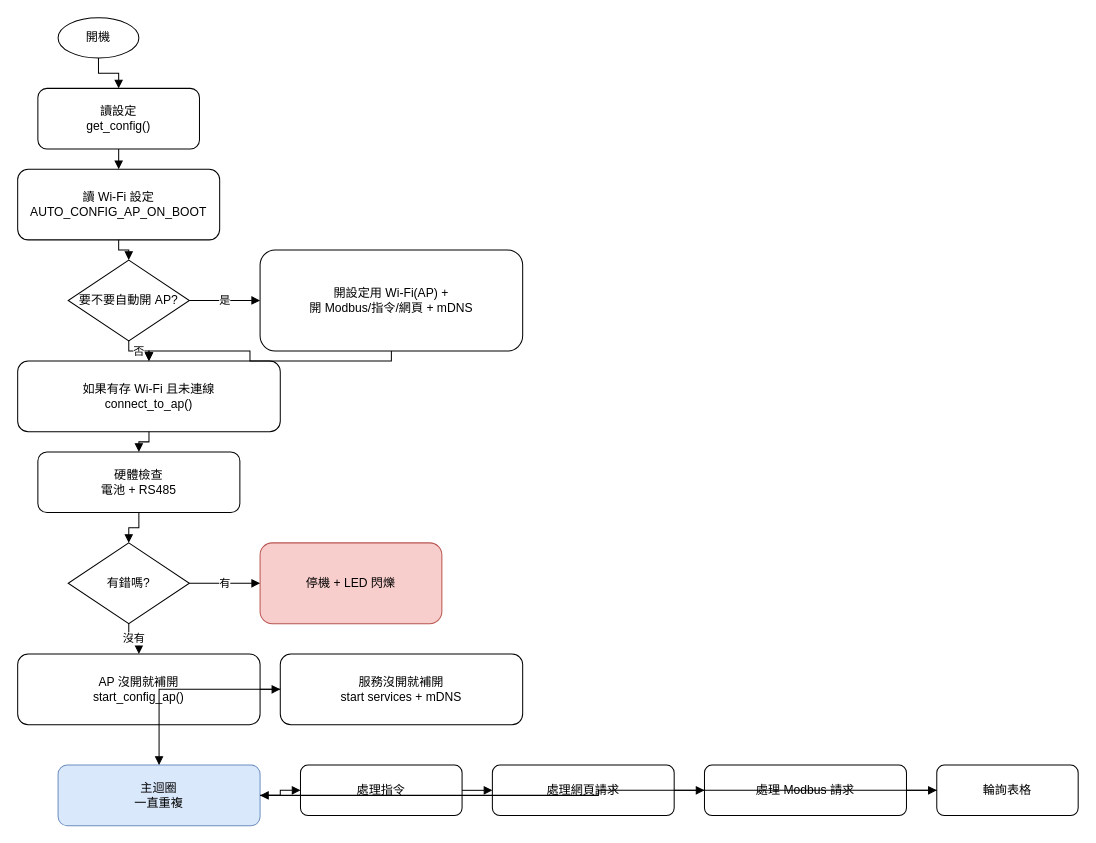
Before: main_flow.drawio in Sherman-Chung/Pico_WiFitoRS, a draw.io diagram. Source tidied: cells renumbered, new cells numbered last; positions are measured from the earlier drawing's top-left corner, leaving out a move shared by most shapes. Both pictures are drawn from the tidied source at 101%, with x=0, y=0 at pixel (17, 17).
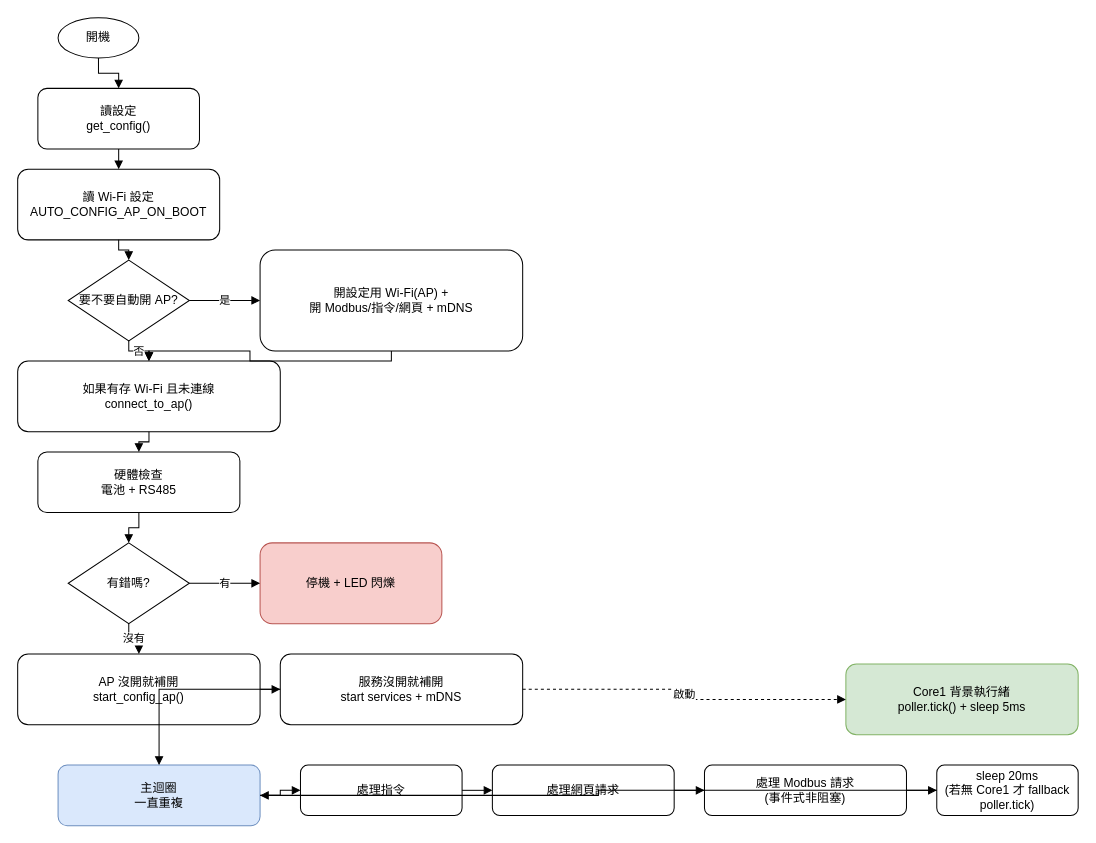
Above is the later version.

Commit message (it also covers changes not shown here):
Refactor Modbus Gateway and Poller Implementation

Unchanged cells that the change refers to:
```xml
<mxCell id="12" value="服務沒開就補開&#10;start services + mDNS" style="rounded=1;whiteSpace=wrap;html=1;" parent="1" vertex="1">
  <mxGeometry x="260" y="630" width="240" height="70" as="geometry" />
</mxCell>
```

What changed in the source:
```diff
@@
-    <mxCell id="16" value="處理 Modbus 請求" style="rounded=1;whiteSpace=wrap;html=1;" parent="1" vertex="1">
+    <mxCell id="16" value="處理 Modbus 請求&#10;(事件式非阻塞)" style="rounded=1;whiteSpace=wrap;html=1;" parent="1" vertex="1">
       <mxGeometry x="680" y="740" width="200" height="50" as="geometry" />
     </mxCell>
-    <mxCell id="17" value="輪詢表格" style="rounded=1;whiteSpace=wrap;html=1;" parent="1" vertex="1">
+    <mxCell id="17" value="sleep 20ms&#10;(若無 Core1 才 fallback poller.tick)" style="rounded=1;whiteSpace=wrap;html=1;" parent="1" vertex="1">
       <mxGeometry x="910" y="740" width="140" height="50" as="geometry" />
     </mxCell>
+    <mxCell id="35" value="Core1 背景執行緒&#10;poller.tick() + sleep 5ms" style="rounded=1;whiteSpace=wrap;html=1;fillColor=#d5e8d4;strokeColor=#82b366;" parent="1" vertex="1">
+      <mxGeometry x="820" y="640" width="230" height="70" as="geometry" />
+    </mxCell>
@@
+    <mxCell id="36" value="啟動" style="edgeStyle=orthogonalEdgeStyle;rounded=0;html=1;endArrow=block;dashed=1;" parent="1" edge="1" source="12" target="35">
+      <mxGeometry relative="1" as="geometry" />
+    </mxCell>
```
